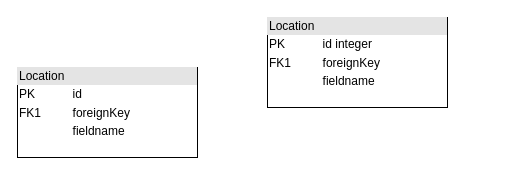
Above: database uml.drawio in arturyumaev/Bachelor-Diploma-Docs (draw.io), before the change. Source tidied: cells renumbered, new cells numbered last; positions are measured from the earlier drawing's top-left corner, leaving out a move shared by most shapes. Both pictures are drawn from the tidied source at 100%, with x=0, y=0 at pixel (17, 17).
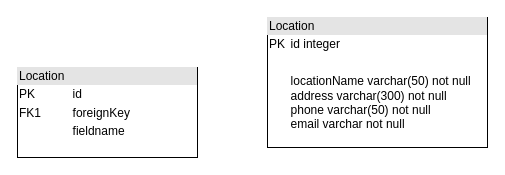
After the change.

Diff of the diagram source:
```diff
@@
 <mxGraphModel>
   <root>
     <mxCell id="0" />
     <mxCell id="1" parent="0" />
-    <mxCell id="2" value="&lt;div style=&quot;box-sizing: border-box ; width: 100% ; background: #e4e4e4 ; padding: 2px&quot;&gt;Location&lt;/div&gt;&lt;table style=&quot;width: 100% ; font-size: 1em&quot; cellpadding=&quot;2&quot; cellspacing=&quot;0&quot;&gt;&lt;tbody&gt;&lt;tr&gt;&lt;td&gt;PK&lt;/td&gt;&lt;td&gt;id integer&lt;/td&gt;&lt;/tr&gt;&lt;tr&gt;&lt;td&gt;FK1&lt;/td&gt;&lt;td&gt;foreignKey&lt;/td&gt;&lt;/tr&gt;&lt;tr&gt;&lt;td&gt;&lt;/td&gt;&lt;td&gt;fieldname&lt;/td&gt;&lt;/tr&gt;&lt;/tbody&gt;&lt;/table&gt;" style="verticalAlign=top;align=left;overflow=fill;html=1;" parent="1" vertex="1">
-      <mxGeometry x="250" width="180" height="90" as="geometry" />
+    <mxCell id="2" value="&lt;div style=&quot;box-sizing: border-box ; width: 100% ; background: #e4e4e4 ; padding: 2px&quot;&gt;Location&lt;/div&gt;&lt;table style=&quot;width: 100% ; font-size: 1em&quot; cellpadding=&quot;2&quot; cellspacing=&quot;0&quot;&gt;&lt;tbody&gt;&lt;tr&gt;&lt;td&gt;PK&lt;/td&gt;&lt;td&gt;id integer&lt;/td&gt;&lt;/tr&gt;&lt;tr&gt;&lt;td&gt;&lt;br&gt;&lt;/td&gt;&lt;td&gt;&lt;br&gt;&lt;/td&gt;&lt;/tr&gt;&lt;tr&gt;&lt;td&gt;&lt;/td&gt;&lt;td&gt;locationName varchar(50) not null&lt;br&gt;address varchar(300) not null&lt;br&gt;phone varchar(50) not null&lt;br&gt;email varchar not null&lt;br&gt;&lt;/td&gt;&lt;/tr&gt;&lt;/tbody&gt;&lt;/table&gt;" style="verticalAlign=top;align=left;overflow=fill;html=1;" parent="1" vertex="1">
+      <mxGeometry x="250" width="220" height="130" as="geometry" />
     </mxCell>
     <mxCell id="3" value="&lt;div style=&quot;box-sizing: border-box ; width: 100% ; background: #e4e4e4 ; padding: 2px&quot;&gt;Location&lt;/div&gt;&lt;table style=&quot;width: 100% ; font-size: 1em&quot; cellpadding=&quot;2&quot; cellspacing=&quot;0&quot;&gt;&lt;tbody&gt;&lt;tr&gt;&lt;td&gt;PK&lt;/td&gt;&lt;td&gt;id&lt;/td&gt;&lt;/tr&gt;&lt;tr&gt;&lt;td&gt;FK1&lt;/td&gt;&lt;td&gt;foreignKey&lt;/td&gt;&lt;/tr&gt;&lt;tr&gt;&lt;td&gt;&lt;/td&gt;&lt;td&gt;fieldname&lt;/td&gt;&lt;/tr&gt;&lt;/tbody&gt;&lt;/table&gt;" style="verticalAlign=top;align=left;overflow=fill;html=1;" parent="1" vertex="1">
       <mxGeometry y="50" width="180" height="90" as="geometry" />
     </mxCell>
   </root>
 </mxGraphModel>
```
